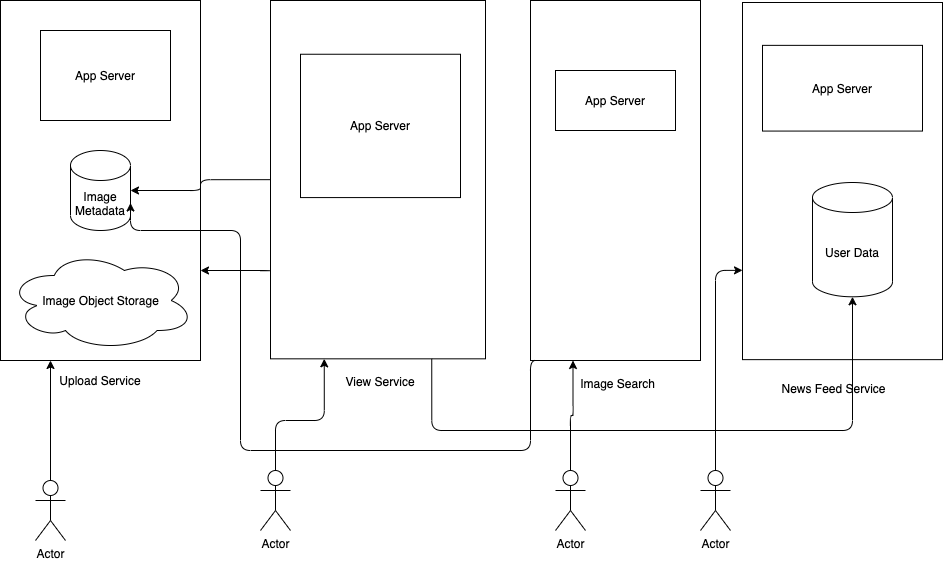
Above: Instagram_System_Design_High_level.png in dilipkumar2k6/instagram-system-design (draw.io), before the change. Source tidied: cells renumbered, new cells last; positions are measured from the earlier drawing's top-left corner, leaving out a move shared by most shapes. Source of this version:
```xml
<mxGraphModel>
  <root>
    <mxCell id="0" />
    <mxCell id="1" parent="0" />
    <mxCell id="2" style="rounded=0;whiteSpace=wrap;html=1;" parent="1" vertex="1">
      <mxGeometry x="530" width="170" height="360" as="geometry" />
    </mxCell>
    <mxCell id="3" style="group;" parent="1" vertex="1">
      <mxGeometry width="200" height="390" as="geometry" />
    </mxCell>
    <mxCell id="4" style="rounded=0;whiteSpace=wrap;html=1;" parent="3" vertex="1">
      <mxGeometry width="200" height="360" as="geometry" />
    </mxCell>
    <mxCell id="5" value="App Server" style="rounded=0;whiteSpace=wrap;html=1;align=center;" parent="3" vertex="1">
      <mxGeometry x="40" y="30" width="130" height="90" as="geometry" />
    </mxCell>
    <mxCell id="6" value="Image Metadata" style="shape=cylinder3;whiteSpace=wrap;html=1;boundedLbl=1;backgroundOutline=1;size=15;" parent="3" vertex="1">
      <mxGeometry x="70" y="150" width="60" height="80" as="geometry" />
    </mxCell>
    <mxCell id="7" value="Image Object Storage" style="ellipse;shape=cloud;whiteSpace=wrap;html=1;" parent="3" vertex="1">
      <mxGeometry x="7" y="250" width="187" height="100" as="geometry" />
    </mxCell>
    <mxCell id="8" value="Upload Service" style="text;html=1;strokeColor=none;fillColor=none;align=center;verticalAlign=middle;whiteSpace=wrap;rounded=0;" parent="3" vertex="1">
      <mxGeometry x="50" y="370" width="100" height="20" as="geometry" />
    </mxCell>
    <mxCell id="9" style="group;" parent="1" vertex="1">
      <mxGeometry x="270" width="215" height="430" as="geometry" />
    </mxCell>
    <mxCell id="10" style="rounded=0;whiteSpace=wrap;html=1;" parent="9" vertex="1">
      <mxGeometry width="215" height="358.3" as="geometry" />
    </mxCell>
    <mxCell id="11" value="App Server" style="rounded=0;whiteSpace=wrap;html=1;" parent="9" vertex="1">
      <mxGeometry x="30" y="53.8" width="160" height="143.3" as="geometry" />
    </mxCell>
    <mxCell id="12" value="View Service" style="text;html=1;strokeColor=none;fillColor=none;align=center;verticalAlign=middle;whiteSpace=wrap;rounded=0;" parent="9" vertex="1">
      <mxGeometry x="65" y="363.2" width="90" height="35.8" as="geometry" />
    </mxCell>
    <mxCell id="13" style="endArrow=classic;html=1;edgeStyle=orthogonalEdgeStyle;exitX=0;exitY=0.5;exitDx=0;exitDy=0;entryX=1;entryY=0.5;entryDx=0;entryDy=0;entryPerimeter=0;" parent="1" edge="1" source="10" target="6">
      <mxGeometry relative="1" as="geometry" />
    </mxCell>
    <mxCell id="14" style="endArrow=classic;html=1;edgeStyle=orthogonalEdgeStyle;exitX=0;exitY=0.75;exitDx=0;exitDy=0;entryX=1;entryY=0.75;entryDx=0;entryDy=0;" parent="1" edge="1" source="10" target="4">
      <mxGeometry relative="1" as="geometry">
        <Array as="points">
          <mxPoint x="270" y="270" />
        </Array>
      </mxGeometry>
    </mxCell>
    <mxCell id="15" style="group;" parent="1" vertex="1">
      <mxGeometry x="742" y="2" width="200" height="400" as="geometry" />
    </mxCell>
    <mxCell id="16" style="rounded=0;whiteSpace=wrap;html=1;" parent="15" vertex="1">
      <mxGeometry width="200" height="357.1" as="geometry" />
    </mxCell>
    <mxCell id="17" style="group;" parent="15" vertex="1">
      <mxGeometry x="20" y="42.9" width="160" height="357.1" as="geometry" />
    </mxCell>
    <mxCell id="18" value="App Server" style="rounded=0;whiteSpace=wrap;html=1;" parent="17" vertex="1">
      <mxGeometry width="160" height="85.7" as="geometry" />
    </mxCell>
    <mxCell id="19" value="News Feed Service" style="text;html=1;strokeColor=none;fillColor=none;align=center;verticalAlign=middle;whiteSpace=wrap;rounded=0;" parent="17" vertex="1">
      <mxGeometry x="10" y="328.6" width="123.3" height="28.6" as="geometry" />
    </mxCell>
    <mxCell id="20" value="User Data" style="shape=cylinder3;whiteSpace=wrap;html=1;boundedLbl=1;backgroundOutline=1;size=15;" parent="15" vertex="1">
      <mxGeometry x="70" y="180" width="80" height="114.3" as="geometry" />
    </mxCell>
    <mxCell id="21" style="endArrow=classic;html=1;edgeStyle=orthogonalEdgeStyle;exitX=0.75;exitY=1;exitDx=0;exitDy=0;entryX=0.5;entryY=1;entryDx=0;entryDy=0;entryPerimeter=0;" parent="1" edge="1" source="10" target="20">
      <mxGeometry relative="1" as="geometry">
        <Array as="points">
          <mxPoint x="431" y="430" />
          <mxPoint x="852" y="430" />
        </Array>
      </mxGeometry>
    </mxCell>
    <mxCell id="22" value="Actor" style="shape=umlActor;verticalLabelPosition=bottom;verticalAlign=top;html=1;outlineConnect=0;" parent="1" vertex="1">
      <mxGeometry x="35" y="480" width="30" height="60" as="geometry" />
    </mxCell>
    <mxCell id="23" style="endArrow=classic;html=1;edgeStyle=orthogonalEdgeStyle;exitX=0.5;exitY=0;exitDx=0;exitDy=0;exitPerimeter=0;entryX=0.25;entryY=1;entryDx=0;entryDy=0;" parent="1" edge="1" source="22" target="4">
      <mxGeometry relative="1" as="geometry" />
    </mxCell>
    <mxCell id="24" value="Actor" style="shape=umlActor;verticalLabelPosition=bottom;verticalAlign=top;html=1;outlineConnect=0;" parent="1" vertex="1">
      <mxGeometry x="260" y="470" width="30" height="60" as="geometry" />
    </mxCell>
    <mxCell id="25" style="endArrow=classic;html=1;edgeStyle=orthogonalEdgeStyle;exitX=0.5;exitY=0;exitDx=0;exitDy=0;exitPerimeter=0;entryX=0.25;entryY=1;entryDx=0;entryDy=0;" parent="1" edge="1" source="24" target="10">
      <mxGeometry relative="1" as="geometry">
        <Array as="points">
          <mxPoint x="275" y="420" />
          <mxPoint x="324" y="420" />
        </Array>
      </mxGeometry>
    </mxCell>
    <mxCell id="26" value="Actor" style="shape=umlActor;verticalLabelPosition=bottom;verticalAlign=top;html=1;outlineConnect=0;" parent="1" vertex="1">
      <mxGeometry x="700" y="470" width="30" height="60" as="geometry" />
    </mxCell>
    <mxCell id="27" style="endArrow=classic;html=1;edgeStyle=orthogonalEdgeStyle;exitX=0.5;exitY=0;exitDx=0;exitDy=0;exitPerimeter=0;entryX=0;entryY=0.75;entryDx=0;entryDy=0;" parent="1" edge="1" source="26" target="16">
      <mxGeometry relative="1" as="geometry" />
    </mxCell>
    <mxCell id="28" value="App Server" style="rounded=0;whiteSpace=wrap;html=1;" parent="1" vertex="1">
      <mxGeometry x="555" y="70" width="120" height="60" as="geometry" />
    </mxCell>
    <mxCell id="29" value="Image Search" style="text;html=1;strokeColor=none;fillColor=none;align=center;verticalAlign=middle;whiteSpace=wrap;rounded=0;" parent="1" vertex="1">
      <mxGeometry x="570" y="373" width="95" height="20" as="geometry" />
    </mxCell>
    <mxCell id="30" value="Actor" style="shape=umlActor;verticalLabelPosition=bottom;verticalAlign=top;html=1;outlineConnect=0;" parent="1" vertex="1">
      <mxGeometry x="555" y="470" width="30" height="60" as="geometry" />
    </mxCell>
    <mxCell id="31" style="endArrow=classic;html=1;edgeStyle=orthogonalEdgeStyle;entryX=0.25;entryY=1;entryDx=0;entryDy=0;exitX=0.5;exitY=0;exitDx=0;exitDy=0;exitPerimeter=0;" parent="1" edge="1" source="30" target="2">
      <mxGeometry relative="1" as="geometry" />
    </mxCell>
    <mxCell id="32" style="endArrow=classic;html=1;edgeStyle=orthogonalEdgeStyle;entryX=1;entryY=0;entryDx=0;entryDy=52.5;entryPerimeter=0;" parent="1" edge="1" target="6">
      <mxGeometry relative="1" as="geometry">
        <mxPoint x="540" y="360" as="sourcePoint" />
        <Array as="points">
          <mxPoint x="530" y="450" />
          <mxPoint x="240" y="450" />
          <mxPoint x="240" y="230" />
          <mxPoint x="130" y="230" />
        </Array>
      </mxGeometry>
    </mxCell>
  </root>
</mxGraphModel>
```
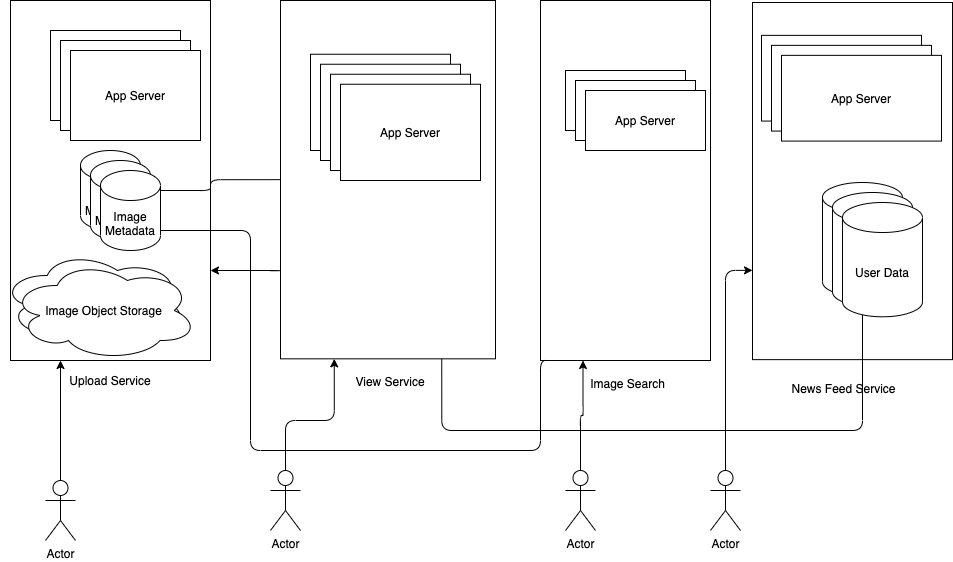
The same diagram one commit later.

Diff of the diagram source:
```diff
@@ -18,7 +18,7 @@
       <mxGeometry x="70" y="150" width="60" height="80" as="geometry" />
     </mxCell>
     <mxCell id="7" value="Image Object Storage" style="ellipse;shape=cloud;whiteSpace=wrap;html=1;" parent="3" vertex="1">
-      <mxGeometry x="7" y="250" width="187" height="100" as="geometry" />
+      <mxGeometry x="-10" y="250" width="187" height="100" as="geometry" />
     </mxCell>
     <mxCell id="8" value="Upload Service" style="text;html=1;strokeColor=none;fillColor=none;align=center;verticalAlign=middle;whiteSpace=wrap;rounded=0;" parent="3" vertex="1">
       <mxGeometry x="50" y="370" width="100" height="20" as="geometry" />
@@ -30,7 +30,7 @@
       <mxGeometry width="215" height="358.3" as="geometry" />
     </mxCell>
     <mxCell id="11" value="App Server" style="rounded=0;whiteSpace=wrap;html=1;" parent="9" vertex="1">
-      <mxGeometry x="30" y="53.8" width="160" height="143.3" as="geometry" />
+      <mxGeometry x="30" y="53.8" width="140" height="96.2" as="geometry" />
     </mxCell>
     <mxCell id="12" value="View Service" style="text;html=1;strokeColor=none;fillColor=none;align=center;verticalAlign=middle;whiteSpace=wrap;rounded=0;" parent="9" vertex="1">
       <mxGeometry x="65" y="363.2" width="90" height="35.8" as="geometry" />
@@ -55,7 +55,7 @@
       <mxGeometry x="20" y="42.9" width="160" height="357.1" as="geometry" />
     </mxCell>
     <mxCell id="18" value="App Server" style="rounded=0;whiteSpace=wrap;html=1;" parent="17" vertex="1">
-      <mxGeometry width="160" height="85.7" as="geometry" />
+      <mxGeometry x="-11" y="-10" width="160" height="85.7" as="geometry" />
     </mxCell>
     <mxCell id="19" value="News Feed Service" style="text;html=1;strokeColor=none;fillColor=none;align=center;verticalAlign=middle;whiteSpace=wrap;rounded=0;" parent="17" vertex="1">
       <mxGeometry x="10" y="328.6" width="123.3" height="28.6" as="geometry" />
@@ -117,5 +117,47 @@
         </Array>
       </mxGeometry>
     </mxCell>
+    <mxCell id="33" value="App Server" style="rounded=0;whiteSpace=wrap;html=1;align=center;" parent="1" vertex="1">
+      <mxGeometry x="50" y="40" width="130" height="90" as="geometry" />
+    </mxCell>
+    <mxCell id="34" value="App Server" style="rounded=0;whiteSpace=wrap;html=1;align=center;" parent="1" vertex="1">
+      <mxGeometry x="60" y="50" width="130" height="90" as="geometry" />
+    </mxCell>
+    <mxCell id="35" value="App Server" style="rounded=0;whiteSpace=wrap;html=1;" parent="1" vertex="1">
+      <mxGeometry x="310" y="63.8" width="140" height="96.2" as="geometry" />
+    </mxCell>
+    <mxCell id="36" value="App Server" style="rounded=0;whiteSpace=wrap;html=1;" parent="1" vertex="1">
+      <mxGeometry x="320" y="73.8" width="140" height="96.2" as="geometry" />
+    </mxCell>
+    <mxCell id="37" value="App Server" style="rounded=0;whiteSpace=wrap;html=1;" parent="1" vertex="1">
+      <mxGeometry x="330" y="83.8" width="140" height="96.2" as="geometry" />
+    </mxCell>
+    <mxCell id="38" value="App Server" style="rounded=0;whiteSpace=wrap;html=1;" parent="1" vertex="1">
+      <mxGeometry x="565" y="80" width="120" height="60" as="geometry" />
+    </mxCell>
+    <mxCell id="39" value="App Server" style="rounded=0;whiteSpace=wrap;html=1;" parent="1" vertex="1">
+      <mxGeometry x="575" y="90" width="120" height="60" as="geometry" />
+    </mxCell>
+    <mxCell id="40" value="App Server" style="rounded=0;whiteSpace=wrap;html=1;" parent="1" vertex="1">
+      <mxGeometry x="761" y="44.9" width="160" height="85.7" as="geometry" />
+    </mxCell>
+    <mxCell id="41" value="App Server" style="rounded=0;whiteSpace=wrap;html=1;" parent="1" vertex="1">
+      <mxGeometry x="771" y="54.9" width="160" height="85.7" as="geometry" />
+    </mxCell>
+    <mxCell id="42" value="Image Metadata" style="shape=cylinder3;whiteSpace=wrap;html=1;boundedLbl=1;backgroundOutline=1;size=15;" parent="1" vertex="1">
+      <mxGeometry x="80" y="160" width="60" height="80" as="geometry" />
+    </mxCell>
+    <mxCell id="43" value="Image Metadata" style="shape=cylinder3;whiteSpace=wrap;html=1;boundedLbl=1;backgroundOutline=1;size=15;" parent="1" vertex="1">
+      <mxGeometry x="90" y="170" width="60" height="80" as="geometry" />
+    </mxCell>
+    <mxCell id="44" value="Image Object Storage" style="ellipse;shape=cloud;whiteSpace=wrap;html=1;" parent="1" vertex="1">
+      <mxGeometry y="260" width="187" height="100" as="geometry" />
+    </mxCell>
+    <mxCell id="45" value="User Data" style="shape=cylinder3;whiteSpace=wrap;html=1;boundedLbl=1;backgroundOutline=1;size=15;" parent="1" vertex="1">
+      <mxGeometry x="822" y="192" width="80" height="114.3" as="geometry" />
+    </mxCell>
+    <mxCell id="46" value="User Data" style="shape=cylinder3;whiteSpace=wrap;html=1;boundedLbl=1;backgroundOutline=1;size=15;" parent="1" vertex="1">
+      <mxGeometry x="832" y="202" width="80" height="114.3" as="geometry" />
+    </mxCell>
   </root>
 </mxGraphModel>
```
